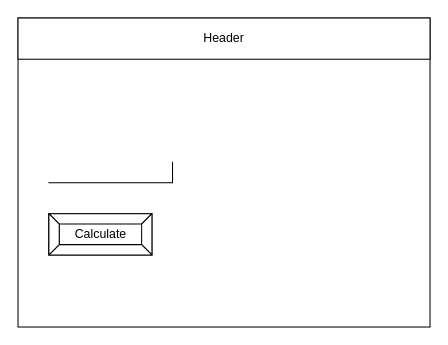
This is design/story-board.drawio from Liya-Getachew/ICS2O-Unit3-03-JS, a draw.io file, before an edit. Source tidied: cells renumbered, new cells numbered last; positions are measured from the earlier drawing's top-left corner, leaving out a move shared by most shapes. Both pictures are drawn from the tidied source at 103%, with x=0, y=0 at pixel (18, 18).
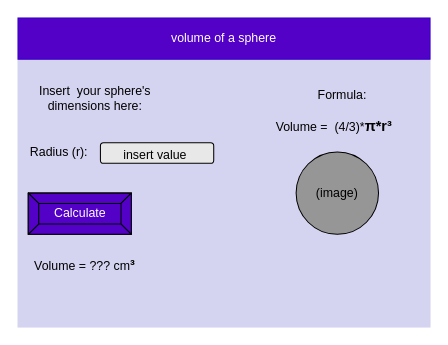
Above is the later version.

What changed in the source:
```diff
@@
 <mxGraphModel>
   <root>
     <mxCell id="0" />
     <mxCell id="1" parent="0" />
-    <mxCell id="2" style="rounded=0;whiteSpace=wrap;html=1;" parent="1" vertex="1">
+    <mxCell id="2" style="rounded=0;whiteSpace=wrap;html=1;strokeColor=#D4D3F0;fillColor=#D4D3F0;" parent="1" vertex="1">
       <mxGeometry width="400" height="300" as="geometry" />
     </mxCell>
-    <mxCell id="3" value="Header" style="rounded=0;whiteSpace=wrap;html=1;" parent="1" vertex="1">
+    <mxCell id="3" value="volume of a sphere" style="rounded=0;whiteSpace=wrap;html=1;fillColor=#5300C7;fontColor=#ffffff;strokeColor=#3700CC;" parent="1" vertex="1">
       <mxGeometry width="400" height="40" as="geometry" />
     </mxCell>
-    <mxCell id="4" style="shape=partialRectangle;whiteSpace=wrap;html=1;top=0;left=0;fillColor=none;" parent="1" vertex="1">
-      <mxGeometry x="30" y="140" width="120" height="20" as="geometry" />
-    </mxCell>
-    <mxCell id="5" value="Calculate" style="labelPosition=center;verticalLabelPosition=middle;align=center;html=1;shape=mxgraph.basic.button;dx=10;" parent="1" vertex="1">
-      <mxGeometry x="30" y="190" width="100" height="40" as="geometry" />
+    <mxCell id="5" value="Calculate" style="labelPosition=center;verticalLabelPosition=middle;align=center;html=1;shape=mxgraph.basic.button;dx=10;fillColor=#5300C7;strokeColor=#000000;fontColor=#FFFFFF;" parent="1" vertex="1">
+      <mxGeometry x="10" y="170" width="100" height="40" as="geometry" />
     </mxCell>
+    <mxCell id="6" value="Insert&amp;nbsp; your sphere's dimensions here:" style="text;html=1;strokeColor=none;fillColor=none;align=center;verticalAlign=middle;whiteSpace=wrap;rounded=0;fontColor=#000000;" parent="1" vertex="1">
+      <mxGeometry y="63" width="150" height="30" as="geometry" />
+    </mxCell>
+    <mxCell id="7" value="Radius (r):" style="text;html=1;strokeColor=none;fillColor=none;align=center;verticalAlign=middle;whiteSpace=wrap;rounded=0;fontColor=#000000;" parent="1" vertex="1">
+      <mxGeometry x="10" y="115" width="60" height="30" as="geometry" />
+    </mxCell>
+    <mxCell id="8" style="rounded=1;whiteSpace=wrap;html=1;fillColor=#E8E8E8;strokeColor=#000000;" parent="1" vertex="1">
+      <mxGeometry x="80" y="121" width="110" height="20" as="geometry" />
+    </mxCell>
+    <mxCell id="9" value="insert value&amp;nbsp;" style="text;html=1;strokeColor=none;fillColor=none;align=center;verticalAlign=middle;whiteSpace=wrap;rounded=0;fontColor=#000000;" parent="1" vertex="1">
+      <mxGeometry x="80" y="118" width="110" height="30" as="geometry" />
+    </mxCell>
+    <mxCell id="10" style="ellipse;whiteSpace=wrap;html=1;fillColor=#969696;fontColor=#000000;" parent="1" vertex="1">
+      <mxGeometry x="270" y="130" width="80" height="80" as="geometry" />
+    </mxCell>
+    <mxCell id="11" value="(image)" style="text;html=1;strokeColor=none;fillColor=none;align=center;verticalAlign=middle;whiteSpace=wrap;rounded=0;fontColor=#000000;" parent="1" vertex="1">
+      <mxGeometry x="280" y="155" width="60" height="30" as="geometry" />
+    </mxCell>
+    <mxCell id="12" value="Formula:" style="text;html=1;strokeColor=none;fillColor=none;align=center;verticalAlign=middle;whiteSpace=wrap;rounded=0;fontColor=#000000;" parent="1" vertex="1">
+      <mxGeometry x="285" y="60" width="60" height="30" as="geometry" />
+    </mxCell>
+    <mxCell id="13" value="Volume = ??? cm&lt;b style=&quot;font-family: arial, sans-serif; font-size: 14px; text-align: left;&quot;&gt;³&lt;/b&gt;" style="text;html=1;strokeColor=none;fillColor=none;align=center;verticalAlign=middle;whiteSpace=wrap;rounded=0;fontColor=#000000;" parent="1" vertex="1">
+      <mxGeometry x="10" y="225" width="110" height="30" as="geometry" />
+    </mxCell>
+    <mxCell id="14" value="Volume =&amp;nbsp; (4/3)*&lt;b style=&quot;font-family: arial, sans-serif; font-size: 14px; text-align: left;&quot;&gt;π*r&lt;/b&gt;&lt;b style=&quot;font-family: arial, sans-serif; font-size: 14px; text-align: left;&quot;&gt;³&lt;/b&gt;" style="text;html=1;strokeColor=none;fillColor=none;align=center;verticalAlign=middle;whiteSpace=wrap;rounded=0;fontColor=#000000;" parent="1" vertex="1">
+      <mxGeometry x="232" y="90" width="150" height="30" as="geometry" />
+    </mxCell>
   </root>
 </mxGraphModel>
```
